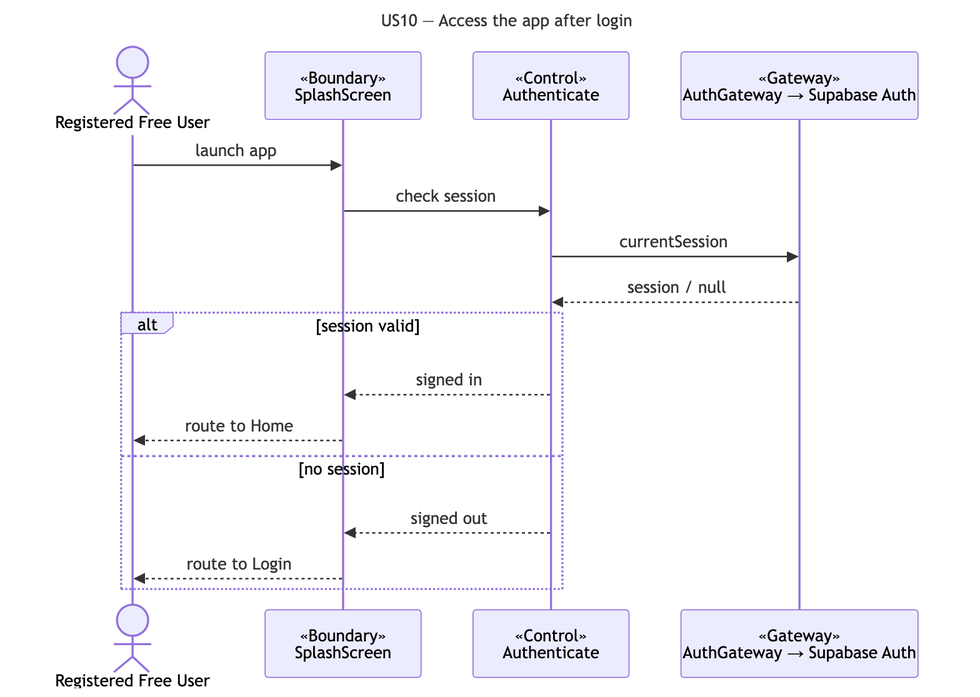
Above: docs/deliverables/sequence-diagrams/US10-access-app.png in cyuanjun/FYP-26-S2-37-app (Mermaid), before the change. Its source is kept beside it as docs/deliverables/sequence-diagrams/src/US10-access-app.mmd. The source it was exported from:
```mermaid
---
title: "US10 — Access the app after login"
---
sequenceDiagram
  actor A as Registered Free User
  participant B as «Boundary»<br/>SplashScreen
  participant C as «Control»<br/>Authenticate
  participant G as «Gateway»<br/>AuthGateway → Supabase Auth
  A->>B: launch app
  B->>C: check session
  C->>G: currentSession
  G-->>C: session / null
  alt session valid
    C-->>B: signed in
    B-->>A: route to Home
  else no session
    C-->>B: signed out
    B-->>A: route to Login
  end
```
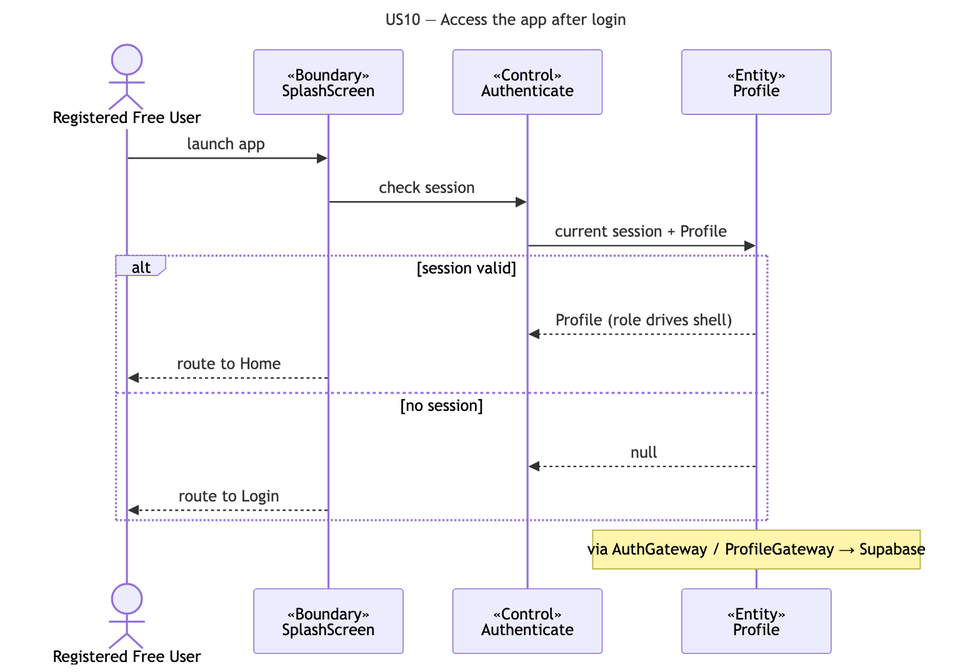
Later version of the same file.

The edit, as a diff of the source:
```diff
@@ -5,15 +5,15 @@
   actor A as Registered Free User
   participant B as «Boundary»<br/>SplashScreen
   participant C as «Control»<br/>Authenticate
-  participant G as «Gateway»<br/>AuthGateway → Supabase Auth
+  participant E as «Entity»<br/>Profile
   A->>B: launch app
   B->>C: check session
-  C->>G: currentSession
-  G-->>C: session / null
+  C->>E: current session + Profile
   alt session valid
-    C-->>B: signed in
+    E-->>C: Profile (role drives shell)
     B-->>A: route to Home
   else no session
-    C-->>B: signed out
+    E-->>C: null
     B-->>A: route to Login
   end
+  note over E: via AuthGateway / ProfileGateway → Supabase
```
